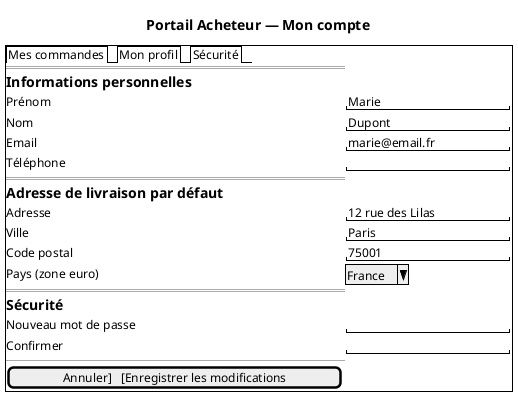
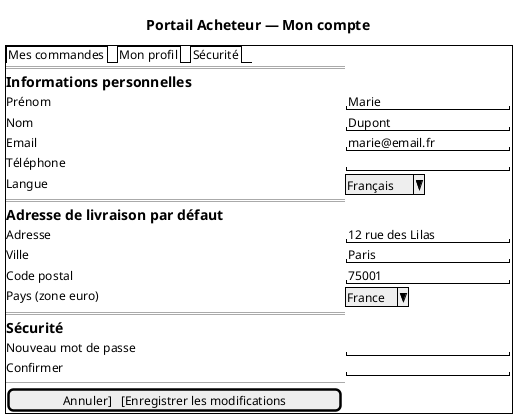
@startsalt
' Composant PA : front-acheteur (Portail Acheteur)
' Fonctions allouées : Service Compte — FS-B02
title Portail Acheteur — Mon compte

{+
  {/ Mes commandes | Mon profil | Sécurité }
  ==
  == Informations personnelles
  Prénom       | "Marie               "
  Nom          | "Dupont              "
  Email        | "marie@email.fr      "
  Téléphone    | "                    "
+   Langue       | ^Français^
  ==
  == Adresse de livraison par défaut
  Adresse      | "12 rue des Lilas    "
  Ville        | "Paris               "
  Code postal  | "75001               "
  Pays (zone euro)    | ^France^
  ==
  == Sécurité
  Nouveau mot de passe   | "                    "
  Confirmer              | "                    "
  --
  [Annuler]   [Enregistrer les modifications]
}
@endsalt
